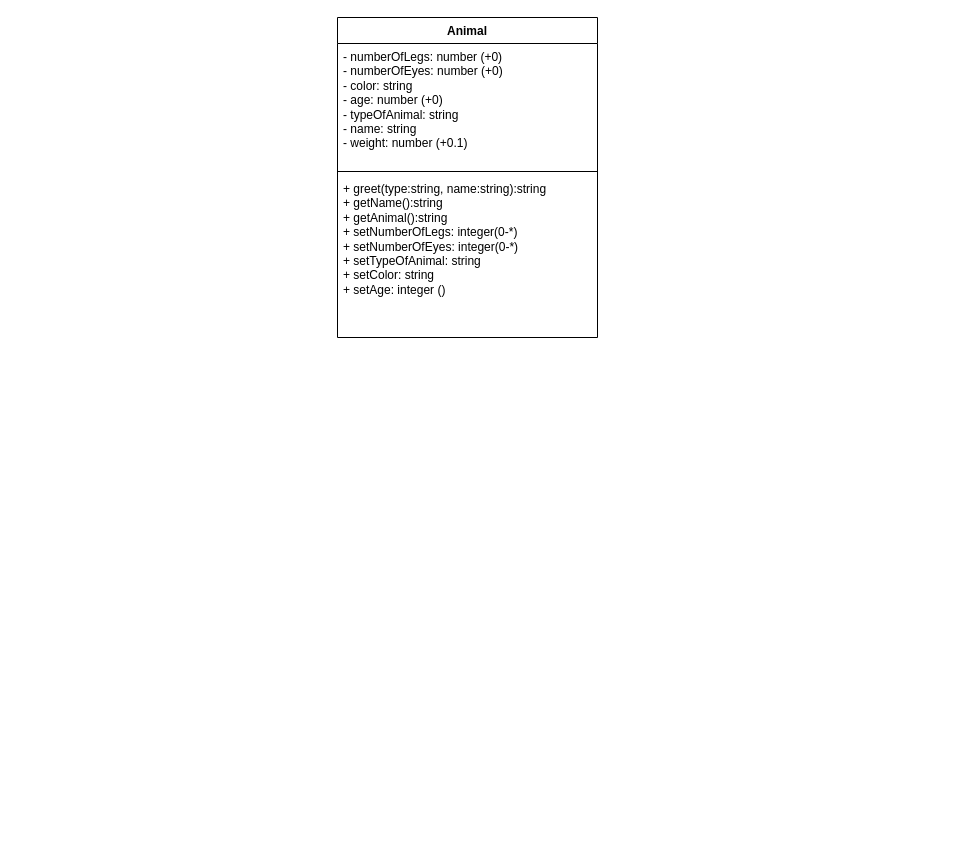
Above: Animals.drawio in MacroFlower/Bug-Company (draw.io), before the change. Source tidied: cells renumbered, new cells numbered last; positions are measured from the earlier drawing's top-left corner, leaving out a move shared by most shapes. Both pictures are drawn from the tidied source at 100%, with x=0, y=0 at pixel (337, 17).
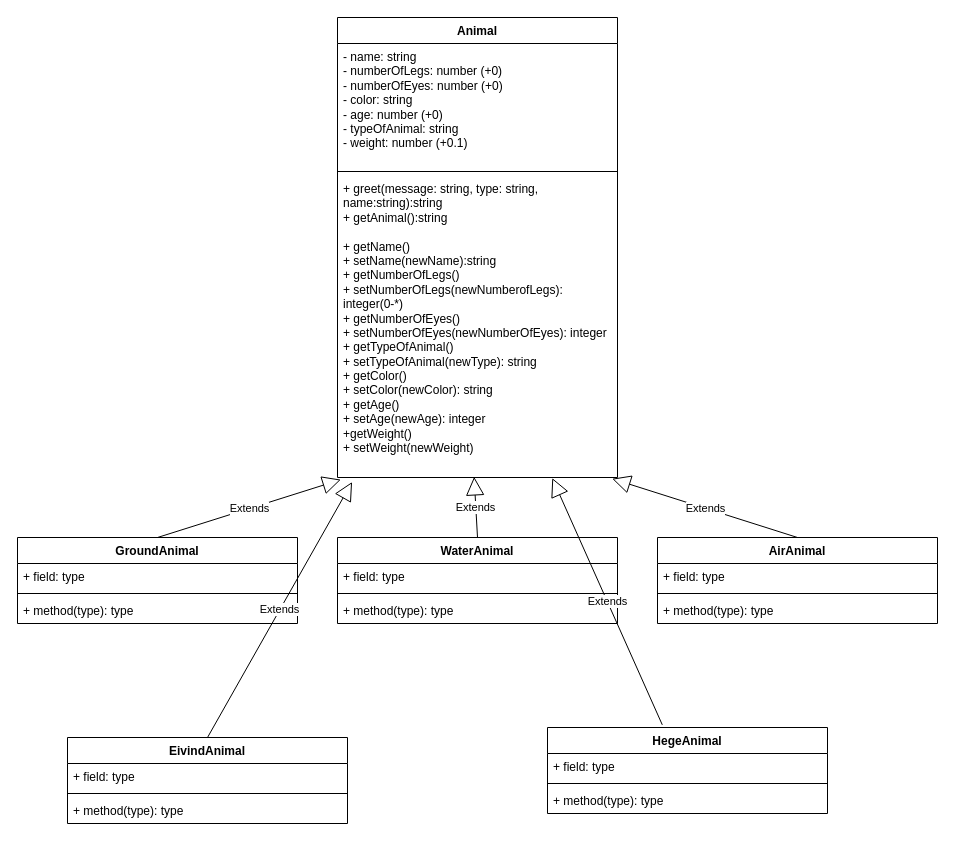
The same page after the edit.

Diff of the diagram source:
```diff
@@
     <mxCell id="2" value="Animal" style="swimlane;fontStyle=1;align=center;verticalAlign=top;horizontal=1;startSize=26;whiteSpace=wrap;html=1;" parent="1" vertex="1">
-      <mxGeometry width="260" height="320" as="geometry" />
+      <mxGeometry width="280" height="460" as="geometry" />
     </mxCell>
-    <mxCell id="3" value="- numberOfLegs: number (+0)&lt;div&gt;- numberOfEyes: number (+0)&lt;/div&gt;&lt;div&gt;- color: string&lt;/div&gt;&lt;div&gt;- age: number (+0)&lt;/div&gt;&lt;div&gt;- typeOfAnimal: string&lt;/div&gt;&lt;div&gt;- name: string&lt;/div&gt;&lt;div&gt;- weight: number (+0.1)&lt;/div&gt;" style="text;strokeColor=none;fillColor=none;align=left;verticalAlign=top;spacingLeft=4;spacingRight=4;overflow=hidden;whiteSpace=wrap;html=1;" parent="2" vertex="1">
-      <mxGeometry y="26" width="260" height="124" as="geometry" />
+    <mxCell id="3" value="&lt;div&gt;- name: string&lt;br&gt;&lt;/div&gt;- numberOfLegs: number (+0)&lt;div&gt;- numberOfEyes: number (+0)&lt;/div&gt;&lt;div&gt;- color: string&lt;/div&gt;&lt;div&gt;- age: number (+0)&lt;/div&gt;&lt;div&gt;- typeOfAnimal: string&lt;/div&gt;&lt;div&gt;- weight: number (+0.1)&lt;/div&gt;" style="text;strokeColor=none;fillColor=none;align=left;verticalAlign=top;spacingLeft=4;spacingRight=4;overflow=hidden;whiteSpace=wrap;html=1;" parent="2" vertex="1">
+      <mxGeometry y="26" width="280" height="124" as="geometry" />
     </mxCell>
     <mxCell id="4" style="line;strokeWidth=1;fillColor=none;align=left;verticalAlign=middle;spacingTop=-1;spacingLeft=3;spacingRight=3;labelPosition=right;strokeColor=inherit;" parent="2" vertex="1">
-      <mxGeometry y="150" width="260" height="8" as="geometry" />
+      <mxGeometry y="150" width="280" height="8" as="geometry" />
     </mxCell>
-    <mxCell id="5" value="+ greet(type:string, name:string):string&lt;div&gt;+ getName():string&lt;/div&gt;&lt;div&gt;+ getAnimal():string&lt;/div&gt;&lt;div&gt;+ setNumberOfLegs: integer(0-*)&lt;/div&gt;&lt;div&gt;+ setNumberOfEyes: integer(0-*)&lt;/div&gt;&lt;div&gt;+ setTypeOfAnimal: string&lt;/div&gt;&lt;div&gt;+ setColor: string&lt;/div&gt;&lt;div&gt;+ setAge: integer ()&lt;/div&gt;&lt;div&gt;&lt;br&gt;&lt;/div&gt;" style="text;strokeColor=none;fillColor=none;align=left;verticalAlign=top;spacingLeft=4;spacingRight=4;overflow=hidden;points=[[0,0.5],[1,0.5]];portConstraint=eastwest;whiteSpace=wrap;html=1;" parent="2" vertex="1">
-      <mxGeometry y="158" width="260" height="162" as="geometry" />
+    <mxCell id="5" value="+ greet(message: string, type: string, name:string):string&lt;div&gt;+ getAnimal():string&lt;br&gt;&lt;/div&gt;&lt;div&gt;&lt;br&gt;&lt;/div&gt;&lt;div&gt;+ getName()&lt;/div&gt;&lt;div&gt;+ setName(newName):string&lt;/div&gt;&lt;div&gt;+ getNumberOfLegs()&lt;br&gt;&lt;/div&gt;&lt;div&gt;+ setNumberOfLegs(newNumberofLegs): integer(0-*)&lt;/div&gt;&lt;div&gt;+ getNumberOfEyes()&lt;br&gt;&lt;/div&gt;&lt;div&gt;+ setNumberOfEyes(newNumberOfEyes): integer&lt;/div&gt;&lt;div&gt;+ getTypeOfAnimal()&lt;br&gt;&lt;/div&gt;&lt;div&gt;+ setTypeOfAnimal(newType): string&lt;/div&gt;&lt;div&gt;+ getColor()&lt;br&gt;&lt;/div&gt;&lt;div&gt;+ setColor(newColor): string&lt;/div&gt;&lt;div&gt;+ getAge()&lt;/div&gt;&lt;div&gt;+ setAge(newAge): integer&amp;nbsp;&lt;/div&gt;&lt;div&gt;+getWeight()&lt;/div&gt;&lt;div&gt;+ setWeight(newWeight)&lt;/div&gt;&lt;div&gt;&lt;br&gt;&lt;/div&gt;" style="text;strokeColor=none;fillColor=none;align=left;verticalAlign=top;spacingLeft=4;spacingRight=4;overflow=hidden;points=[[0,0.5],[1,0.5]];portConstraint=eastwest;whiteSpace=wrap;html=1;" parent="2" vertex="1">
+      <mxGeometry y="158" width="280" height="302" as="geometry" />
     </mxCell>
+    <mxCell id="6" value="GroundAnimal" style="swimlane;fontStyle=1;align=center;verticalAlign=top;horizontal=1;startSize=26;whiteSpace=wrap;html=1;" parent="1" vertex="1">
+      <mxGeometry x="-320" y="520" width="280" height="86" as="geometry" />
+    </mxCell>
+    <mxCell id="7" value="+ field: type" style="text;strokeColor=none;fillColor=none;align=left;verticalAlign=top;spacingLeft=4;spacingRight=4;overflow=hidden;whiteSpace=wrap;html=1;" parent="6" vertex="1">
+      <mxGeometry y="26" width="280" height="26" as="geometry" />
+    </mxCell>
+    <mxCell id="8" style="line;strokeWidth=1;fillColor=none;align=left;verticalAlign=middle;spacingTop=-1;spacingLeft=3;spacingRight=3;labelPosition=right;strokeColor=inherit;" parent="6" vertex="1">
+      <mxGeometry y="52" width="280" height="8" as="geometry" />
+    </mxCell>
+    <mxCell id="9" value="+ method(type): type" style="text;strokeColor=none;fillColor=none;align=left;verticalAlign=top;spacingLeft=4;spacingRight=4;overflow=hidden;whiteSpace=wrap;html=1;" parent="6" vertex="1">
+      <mxGeometry y="60" width="280" height="26" as="geometry" />
+    </mxCell>
+    <mxCell id="10" value="AirAnimal" style="swimlane;fontStyle=1;align=center;verticalAlign=top;horizontal=1;startSize=26;whiteSpace=wrap;html=1;" parent="1" vertex="1">
+      <mxGeometry x="320" y="520" width="280" height="86" as="geometry" />
+    </mxCell>
+    <mxCell id="11" value="+ field: type" style="text;strokeColor=none;fillColor=none;align=left;verticalAlign=top;spacingLeft=4;spacingRight=4;overflow=hidden;whiteSpace=wrap;html=1;" parent="10" vertex="1">
+      <mxGeometry y="26" width="280" height="26" as="geometry" />
+    </mxCell>
+    <mxCell id="12" style="line;strokeWidth=1;fillColor=none;align=left;verticalAlign=middle;spacingTop=-1;spacingLeft=3;spacingRight=3;labelPosition=right;strokeColor=inherit;" parent="10" vertex="1">
+      <mxGeometry y="52" width="280" height="8" as="geometry" />
+    </mxCell>
+    <mxCell id="13" value="+ method(type): type" style="text;strokeColor=none;fillColor=none;align=left;verticalAlign=top;spacingLeft=4;spacingRight=4;overflow=hidden;whiteSpace=wrap;html=1;" parent="10" vertex="1">
+      <mxGeometry y="60" width="280" height="26" as="geometry" />
+    </mxCell>
+    <mxCell id="14" value="WaterAnimal" style="swimlane;fontStyle=1;align=center;verticalAlign=top;horizontal=1;startSize=26;whiteSpace=wrap;html=1;" parent="1" vertex="1">
+      <mxGeometry y="520" width="280" height="86" as="geometry" />
+    </mxCell>
+    <mxCell id="15" value="+ field: type" style="text;strokeColor=none;fillColor=none;align=left;verticalAlign=top;spacingLeft=4;spacingRight=4;overflow=hidden;whiteSpace=wrap;html=1;" parent="14" vertex="1">
+      <mxGeometry y="26" width="280" height="26" as="geometry" />
+    </mxCell>
+    <mxCell id="16" style="line;strokeWidth=1;fillColor=none;align=left;verticalAlign=middle;spacingTop=-1;spacingLeft=3;spacingRight=3;labelPosition=right;strokeColor=inherit;" parent="14" vertex="1">
+      <mxGeometry y="52" width="280" height="8" as="geometry" />
+    </mxCell>
+    <mxCell id="17" value="+ method(type): type" style="text;strokeColor=none;fillColor=none;align=left;verticalAlign=top;spacingLeft=4;spacingRight=4;overflow=hidden;whiteSpace=wrap;html=1;" parent="14" vertex="1">
+      <mxGeometry y="60" width="280" height="26" as="geometry" />
+    </mxCell>
+    <mxCell id="18" value="Extends" style="endArrow=block;endSize=16;endFill=0;html=1;rounded=0;entryX=0.012;entryY=1.007;entryDx=0;entryDy=0;entryPerimeter=0;exitX=0.5;exitY=0;exitDx=0;exitDy=0;" parent="1" edge="1" source="6" target="5">
+      <mxGeometry relative="1" as="geometry" />
+    </mxCell>
+    <mxCell id="19" value="Extends" style="endArrow=block;endSize=16;endFill=0;html=1;rounded=0;entryX=0.488;entryY=0.998;entryDx=0;entryDy=0;entryPerimeter=0;exitX=0.5;exitY=0;exitDx=0;exitDy=0;" parent="1" edge="1" source="14" target="5">
+      <mxGeometry relative="1" as="geometry" />
+    </mxCell>
+    <mxCell id="20" value="Extends" style="endArrow=block;endSize=16;endFill=0;html=1;rounded=0;entryX=0.981;entryY=1.004;entryDx=0;entryDy=0;entryPerimeter=0;exitX=0.5;exitY=0;exitDx=0;exitDy=0;" parent="1" edge="1" source="10" target="5">
+      <mxGeometry relative="1" as="geometry" />
+    </mxCell>
+    <mxCell id="21" value="Extends" style="endArrow=block;endSize=16;endFill=0;html=1;rounded=0;entryX=0.052;entryY=1.015;entryDx=0;entryDy=0;entryPerimeter=0;exitX=0.5;exitY=0;exitDx=0;exitDy=0;" parent="1" edge="1" source="22" target="5">
+      <mxGeometry relative="1" as="geometry" />
+    </mxCell>
+    <mxCell id="22" value="EivindAnimal" style="swimlane;fontStyle=1;align=center;verticalAlign=top;horizontal=1;startSize=26;whiteSpace=wrap;html=1;" parent="1" vertex="1">
+      <mxGeometry x="-270" y="720" width="280" height="86" as="geometry" />
+    </mxCell>
+    <mxCell id="23" value="+ field: type" style="text;strokeColor=none;fillColor=none;align=left;verticalAlign=top;spacingLeft=4;spacingRight=4;overflow=hidden;whiteSpace=wrap;html=1;" parent="22" vertex="1">
+      <mxGeometry y="26" width="280" height="26" as="geometry" />
+    </mxCell>
+    <mxCell id="24" style="line;strokeWidth=1;fillColor=none;align=left;verticalAlign=middle;spacingTop=-1;spacingLeft=3;spacingRight=3;labelPosition=right;strokeColor=inherit;" parent="22" vertex="1">
+      <mxGeometry y="52" width="280" height="8" as="geometry" />
+    </mxCell>
+    <mxCell id="25" value="+ method(type): type" style="text;strokeColor=none;fillColor=none;align=left;verticalAlign=top;spacingLeft=4;spacingRight=4;overflow=hidden;whiteSpace=wrap;html=1;" parent="22" vertex="1">
+      <mxGeometry y="60" width="280" height="26" as="geometry" />
+    </mxCell>
+    <mxCell id="26" value="HegeAnimal" style="swimlane;fontStyle=1;align=center;verticalAlign=top;horizontal=1;startSize=26;whiteSpace=wrap;html=1;" parent="1" vertex="1">
+      <mxGeometry x="210" y="710" width="280" height="86" as="geometry" />
+    </mxCell>
+    <mxCell id="27" value="+ field: type" style="text;strokeColor=none;fillColor=none;align=left;verticalAlign=top;spacingLeft=4;spacingRight=4;overflow=hidden;whiteSpace=wrap;html=1;" parent="26" vertex="1">
+      <mxGeometry y="26" width="280" height="26" as="geometry" />
+    </mxCell>
+    <mxCell id="28" style="line;strokeWidth=1;fillColor=none;align=left;verticalAlign=middle;spacingTop=-1;spacingLeft=3;spacingRight=3;labelPosition=right;strokeColor=inherit;" parent="26" vertex="1">
+      <mxGeometry y="52" width="280" height="8" as="geometry" />
+    </mxCell>
+    <mxCell id="29" value="+ method(type): type" style="text;strokeColor=none;fillColor=none;align=left;verticalAlign=top;spacingLeft=4;spacingRight=4;overflow=hidden;whiteSpace=wrap;html=1;" parent="26" vertex="1">
+      <mxGeometry y="60" width="280" height="26" as="geometry" />
+    </mxCell>
+    <mxCell id="30" value="Extends" style="endArrow=block;endSize=16;endFill=0;html=1;rounded=0;entryX=0.767;entryY=1.002;entryDx=0;entryDy=0;entryPerimeter=0;exitX=0.41;exitY=-0.031;exitDx=0;exitDy=0;exitPerimeter=0;" parent="1" edge="1" source="26" target="5">
+      <mxGeometry relative="1" as="geometry" />
+    </mxCell>
```
